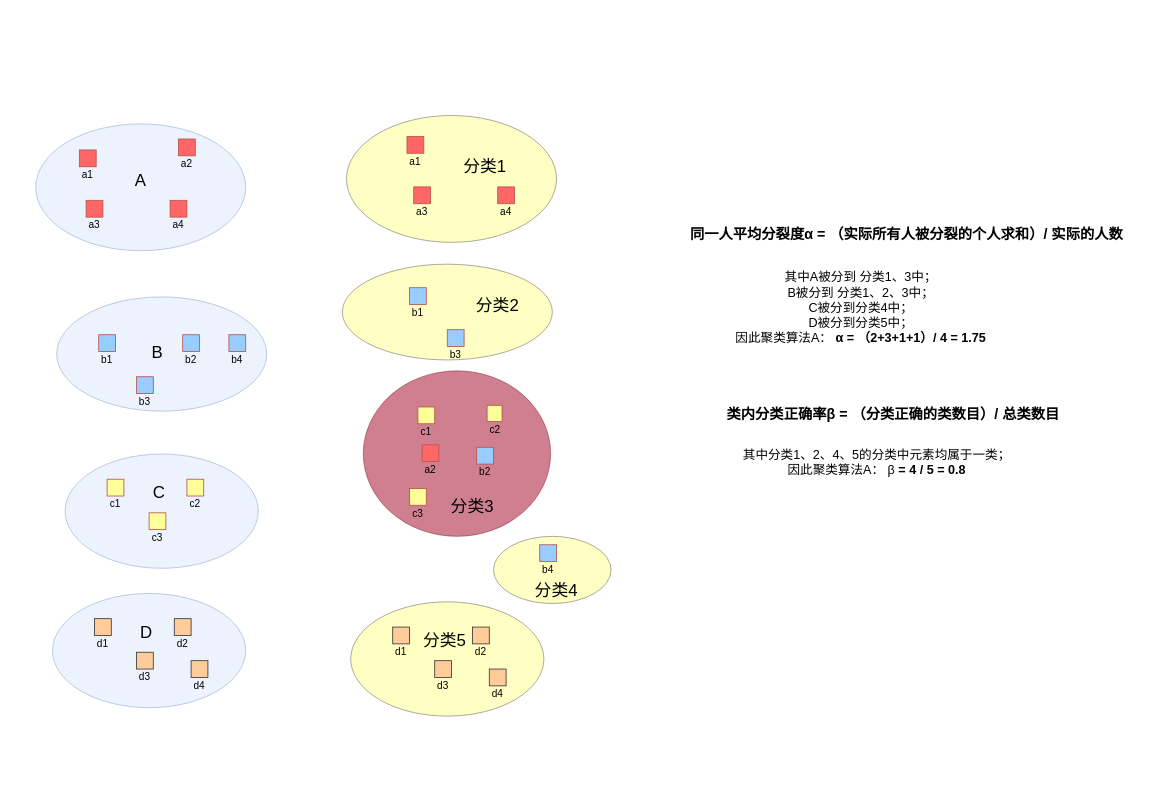
Before: page "Page-1" (1 of 2) of 未命名表单.drawio in chenlei87/utils, a draw.io diagram. Source tidied: cells renumbered, new cells numbered last; positions are measured from the earlier drawing's top-left corner, leaving out a move shared by most shapes. Both pictures are drawn from the tidied source at 84%, with x=0, y=0 at pixel (35, 115).
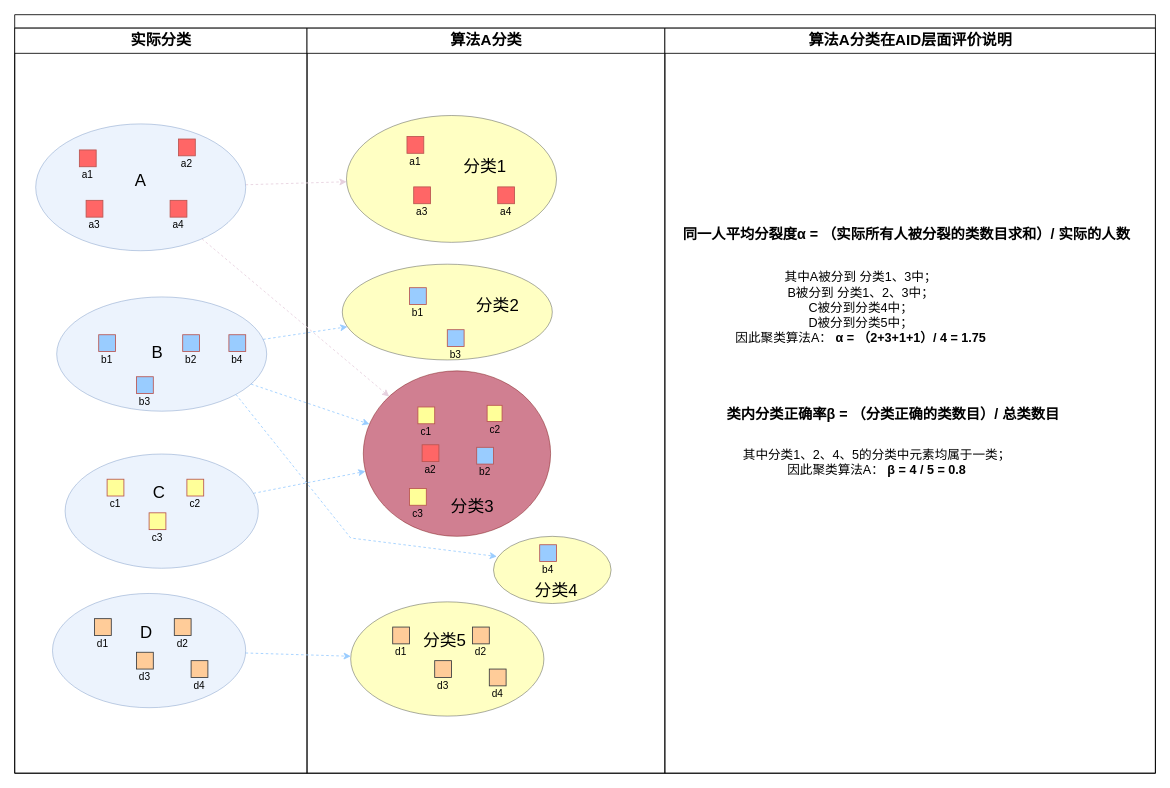
Above is the later version.

Commit message:
更新未命名表单.drawio

The change refers to these unchanged cells:
```xml
<mxCell id="2" style="ellipse;whiteSpace=wrap;html=1;rounded=0;shadow=0;strokeWidth=1;fillColor=#ffff88;fontSize=24;align=right;strokeColor=#36393d;opacity=50;" parent="1" vertex="1">
  <mxGeometry x="545" y="501" width="140" height="80" as="geometry" />
</mxCell>
<mxCell id="3" style="ellipse;whiteSpace=wrap;html=1;rounded=0;shadow=0;strokeWidth=1;fillColor=#a20025;fontSize=24;align=right;strokeColor=#6F0000;opacity=50;fontColor=#ffffff;" parent="1" vertex="1">
  <mxGeometry x="390" y="304" width="223" height="197" as="geometry" />
</mxCell>
<mxCell id="7" style="ellipse;whiteSpace=wrap;html=1;rounded=0;shadow=0;strokeWidth=1;fillColor=#dae8fc;fontSize=24;align=right;strokeColor=#6c8ebf;opacity=50;" parent="1" vertex="1">
  <mxGeometry x="35" y="403" width="230" height="136" as="geometry" />
</mxCell>
<mxCell id="8" style="ellipse;whiteSpace=wrap;html=1;rounded=0;shadow=0;strokeWidth=1;fillColor=#dae8fc;fontSize=24;align=right;strokeColor=#6c8ebf;opacity=50;" parent="1" vertex="1">
  <mxGeometry x="25" y="216" width="250" height="136" as="geometry" />
</mxCell>
<mxCell id="13" style="ellipse;whiteSpace=wrap;html=1;rounded=0;shadow=0;strokeWidth=1;fillColor=#dae8fc;fontSize=24;align=right;strokeColor=#6c8ebf;opacity=50;" parent="1" vertex="1">
  <mxGeometry y="10" width="250" height="151" as="geometry" />
</mxCell>
<mxCell id="65" style="ellipse;whiteSpace=wrap;html=1;rounded=0;shadow=0;strokeWidth=1;fillColor=#ffff88;fontSize=24;align=right;strokeColor=#36393d;opacity=50;" parent="1" vertex="1">
  <mxGeometry x="365" y="177" width="250" height="114" as="geometry" />
</mxCell>
<mxCell id="66" style="ellipse;whiteSpace=wrap;html=1;rounded=0;shadow=0;strokeWidth=1;fontSize=24;align=right;opacity=50;fillColor=#ffff88;strokeColor=#36393d;" parent="1" vertex="1">
  <mxGeometry x="370" width="250" height="151" as="geometry" />
</mxCell>
<mxCell id="103" style="ellipse;whiteSpace=wrap;html=1;rounded=0;shadow=0;strokeWidth=1;fillColor=#dae8fc;fontSize=24;align=right;strokeColor=#6c8ebf;opacity=50;" parent="1" vertex="1">
  <mxGeometry x="20" y="569" width="230" height="136" as="geometry" />
</mxCell>
<mxCell id="122" style="ellipse;whiteSpace=wrap;html=1;rounded=0;shadow=0;strokeWidth=1;fillColor=#ffff88;fontSize=24;align=right;strokeColor=#36393d;opacity=50;" parent="1" vertex="1">
  <mxGeometry x="375" y="579" width="230" height="136" as="geometry" />
</mxCell>
```

Diff of the diagram source:
```diff
@@
+    <mxCell id="145" style="swimlane;startSize=16;fillColor=#ffffff;fontSize=18;verticalAlign=middle;html=1;noLabel=0;perimeter=rectanglePerimeter;fixDash=0;" parent="1" vertex="1">
+      <mxGeometry x="-25" y="-120" width="1358" height="903" as="geometry" />
+    </mxCell>
+    <mxCell id="146" value="&lt;font style=&quot;font-size: 18px&quot;&gt;实际分类&lt;/font&gt;" style="swimlane;html=1;startSize=30;horizontal=1;noLabel=0;fixDash=0;" parent="145" vertex="1">
+      <mxGeometry y="16" width="348" height="887" as="geometry" />
+    </mxCell>
+    <mxCell id="147" value="&lt;font style=&quot;font-size: 18px&quot;&gt;算法A分类&lt;/font&gt;" style="swimlane;html=1;startSize=30;" parent="145" vertex="1">
+      <mxGeometry x="348" y="16" width="426" height="887" as="geometry" />
+    </mxCell>
+    <mxCell id="148" value="&lt;font style=&quot;font-size: 18px&quot;&gt;&lt;font style=&quot;font-size: 18px&quot;&gt;算法A分类在AID层面评价说&lt;/font&gt;明&lt;/font&gt;" style="swimlane;html=1;startSize=30;" parent="145" vertex="1">
+      <mxGeometry x="774" y="16" width="584" height="887" as="geometry" />
+    </mxCell>
@@
+    <mxCell id="149" style="edgeStyle=none;rounded=0;jettySize=auto;html=1;strokeColor=#99CCFF;fontSize=17;dashed=1;" parent="1" edge="1" source="7" target="3">
+      <mxGeometry relative="1" as="geometry" />
+    </mxCell>
@@
+    <mxCell id="150" style="rounded=0;jettySize=auto;html=1;fontSize=17;strokeColor=#99CCFF;dashed=1;" parent="1" edge="1" source="8" target="65">
+      <mxGeometry relative="1" as="geometry" />
+    </mxCell>
+    <mxCell id="151" style="edgeStyle=none;rounded=0;jettySize=auto;html=1;strokeColor=#99CCFF;fontSize=17;dashed=1;" parent="1" edge="1" source="8" target="3">
+      <mxGeometry relative="1" as="geometry" />
+    </mxCell>
@@
+    <mxCell id="152" style="edgeStyle=none;rounded=0;jettySize=auto;html=1;fontSize=17;strokeColor=#E6D0DE;dashed=1;" parent="1" edge="1" source="13" target="66">
+      <mxGeometry relative="1" as="geometry" />
+    </mxCell>
+    <mxCell id="153" style="edgeStyle=none;rounded=0;jettySize=auto;html=1;fontSize=17;strokeColor=#E6D0DE;dashed=1;" parent="1" edge="1" source="13" target="3">
+      <mxGeometry relative="1" as="geometry" />
+    </mxCell>
@@
+    <mxCell id="154" style="edgeStyle=none;rounded=0;jettySize=auto;html=1;dashed=1;strokeColor=#99CCFF;fontSize=17;" parent="1" edge="1" source="103" target="122">
+      <mxGeometry relative="1" as="geometry" />
+    </mxCell>
@@
-    <mxCell id="141" value="同一人平均分裂度α&amp;nbsp;= （实际所有人被分裂的个人求和）/ 实际的人数" style="text;html=1;strokeColor=none;fillColor=none;align=center;verticalAlign=middle;whiteSpace=wrap;rounded=0;fontSize=17;fontStyle=1;" parent="1" vertex="1">
+    <mxCell id="141" value="同一人平均分裂度α&amp;nbsp;= （实际所有人被分裂的类数目求和）/ 实际的人数" style="text;html=1;strokeColor=none;fillColor=none;align=center;verticalAlign=middle;whiteSpace=wrap;rounded=0;fontSize=17;fontStyle=1;" parent="1" vertex="1">
       <mxGeometry x="752" y="105" width="570" height="75" as="geometry" />
     </mxCell>
@@
-    <mxCell id="144" value="其中分类1、2、4、5的分类中元素均属于一类；&lt;br&gt;因此聚类算法A：&amp;nbsp;&lt;span&gt;β&lt;/span&gt;&lt;b&gt;&amp;nbsp;= 4 / 5 = 0.8&lt;/b&gt;" style="text;html=1;strokeColor=none;fillColor=none;align=center;verticalAlign=middle;whiteSpace=wrap;rounded=0;fontSize=15;" parent="1" vertex="1">
+    <mxCell id="144" value="其中分类1、2、4、5的分类中元素均属于一类；&lt;br&gt;因此聚类算法A：&amp;nbsp;&lt;b&gt;&lt;span&gt;β&lt;/span&gt;&amp;nbsp;= 4 / 5 = 0.8&lt;/b&gt;" style="text;html=1;strokeColor=none;fillColor=none;align=center;verticalAlign=middle;whiteSpace=wrap;rounded=0;fontSize=15;" parent="1" vertex="1">
       <mxGeometry x="821" y="379.5" width="361" height="65" as="geometry" />
     </mxCell>
+    <mxCell id="155" style="edgeStyle=none;rounded=0;jettySize=auto;html=1;entryX=0.029;entryY=0.3;entryDx=0;entryDy=0;entryPerimeter=0;fontSize=17;exitX=1;exitY=1;exitDx=0;exitDy=0;strokeColor=#99CCFF;dashed=1;" parent="1" edge="1" source="8" target="2">
+      <mxGeometry relative="1" as="geometry">
+        <Array as="points">
+          <mxPoint x="375" y="503" />
+        </Array>
+      </mxGeometry>
+    </mxCell>
```
